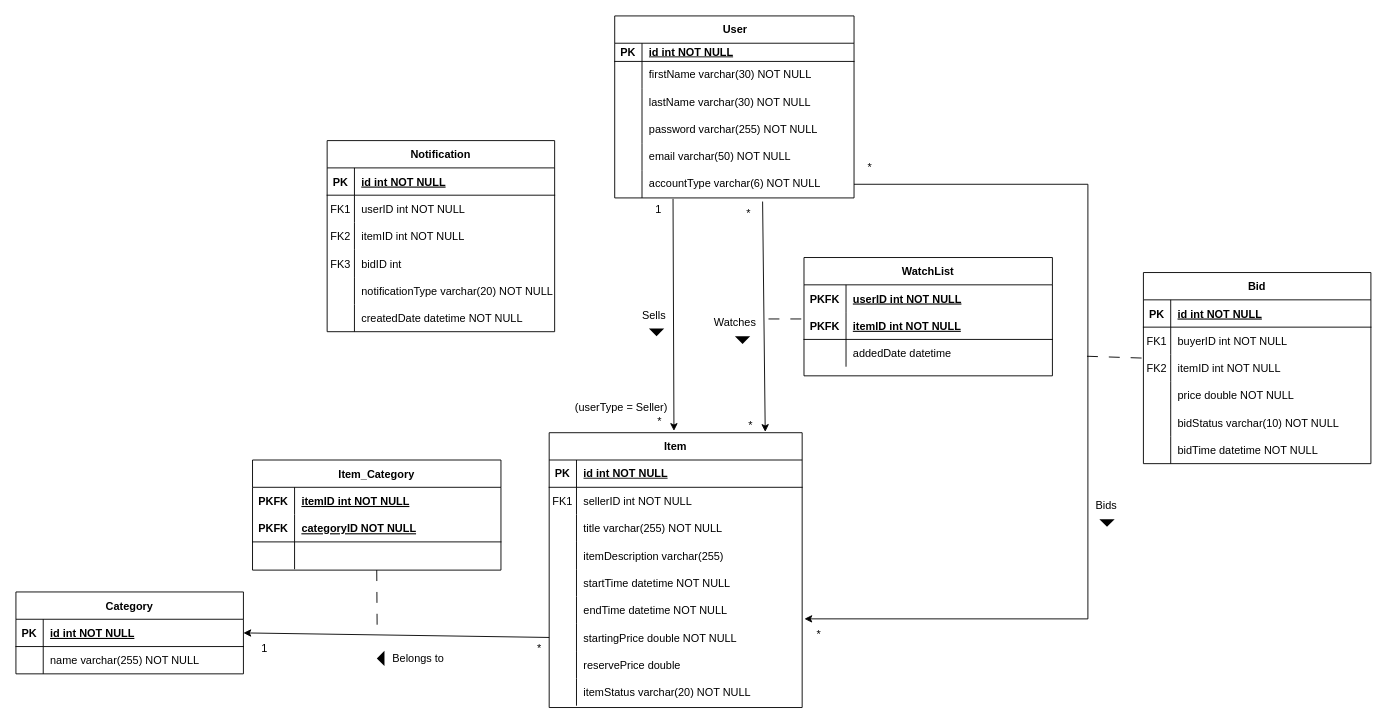
AnTienHuang/COMP0178 keeps this draw.io diagram as Soran_ER_Diagram.drawio. Above is the earlier version. Source tidied: cells renumbered, new cells numbered last; positions are measured from the earlier drawing's top-left corner, leaving out a move shared by most shapes. Both pictures are drawn from the tidied source at 91%, with x=0, y=0 at pixel (15, 15).
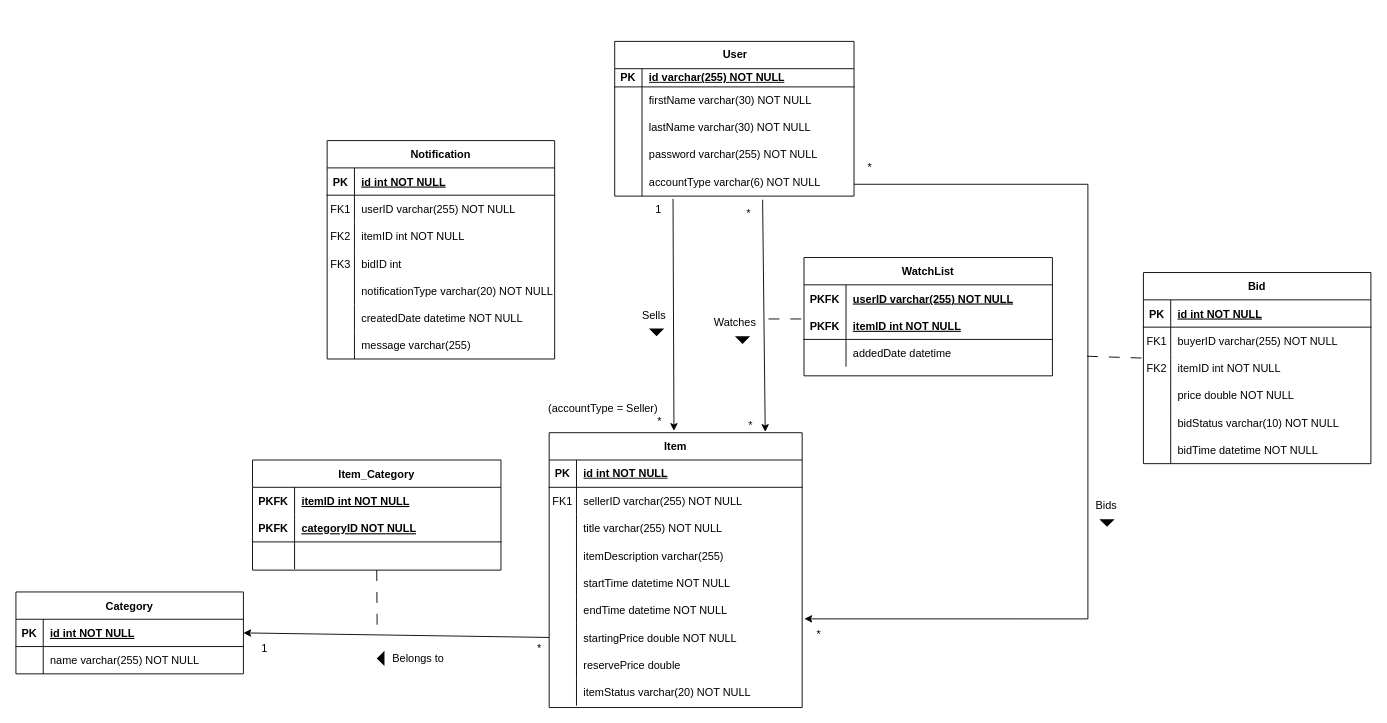
The same diagram, later.

Unchanged cells that the change refers to:
```xml
<mxCell id="4" style="shape=tableRow;horizontal=0;startSize=0;swimlaneHead=0;swimlaneBody=0;fillColor=none;top=0;left=0;right=0;bottom=1;" parent="3" vertex="1">
  <mxGeometry y="30" width="263" height="20" as="geometry" />
</mxCell>
<mxCell id="27" style="shape=partialRectangle;fillColor=none;top=0;left=0;right=0;bottom=0;" parent="23" vertex="1">
  <mxGeometry y="60" width="250" height="30" as="geometry" />
</mxCell>
<mxCell id="48" style="shape=partialRectangle;fillColor=none;top=0;left=0;right=0;bottom=0;" parent="44" vertex="1">
  <mxGeometry y="60" width="278" height="30" as="geometry" />
</mxCell>
<mxCell id="85" style="shape=partialRectangle;fillColor=none;top=0;left=0;right=0;bottom=0;" parent="84" vertex="1">
  <mxGeometry y="30" width="273" height="30" as="geometry" />
</mxCell>
<mxCell id="123" style="shape=partialRectangle;fillColor=none;top=0;left=0;right=0;bottom=0;" parent="119" vertex="1">
  <mxGeometry y="60" width="250" height="30" as="geometry" />
</mxCell>
```

Diff of the diagram source:
```diff
@@
     <mxCell id="3" value="User&lt;br&gt;" style="shape=table;startSize=30;childLayout=tableLayout;rowLines=0;fontStyle=1;align=center;html=1;" parent="1" vertex="1">
-      <mxGeometry x="658" width="263" height="200" as="geometry" />
+      <mxGeometry x="658" y="28" width="263" height="170" as="geometry" />
     </mxCell>
@@
-    <mxCell id="6" value="id int NOT NULL" style="shape=partialRectangle;fillColor=none;top=0;left=0;bottom=0;right=0;align=left;spacingLeft=6;fontStyle=5;overflow=hidden;whiteSpace=wrap;html=1;" parent="4" vertex="1">
+    <mxCell id="6" value="id varchar(255) NOT NULL" style="shape=partialRectangle;fillColor=none;top=0;left=0;bottom=0;right=0;align=left;spacingLeft=6;fontStyle=5;overflow=hidden;whiteSpace=wrap;html=1;" parent="4" vertex="1">
       <mxGeometry x="30" width="233" height="20" as="geometry" />
     </mxCell>
@@
-    <mxCell id="16" style="shape=tableRow;horizontal=0;startSize=0;swimlaneHead=0;swimlaneBody=0;fillColor=none;top=0;left=0;right=0;bottom=0;" parent="3" vertex="1">
-      <mxGeometry y="140" width="263" height="30" as="geometry" />
-    </mxCell>
-    <mxCell id="17" style="shape=partialRectangle;fillColor=none;top=0;left=0;bottom=0;right=0;overflow=hidden;whiteSpace=wrap;html=1;" parent="16" vertex="1">
-      <mxGeometry width="30" height="30" as="geometry" />
-    </mxCell>
-    <mxCell id="18" value="email varchar(50) NOT NULL" style="shape=partialRectangle;fillColor=none;top=0;left=0;bottom=0;right=0;align=left;spacingLeft=6;overflow=hidden;whiteSpace=wrap;html=1;" parent="16" vertex="1">
-      <mxGeometry x="30" width="233" height="30" as="geometry" />
-    </mxCell>
     <mxCell id="19" style="shape=tableRow;horizontal=0;startSize=0;swimlaneHead=0;swimlaneBody=0;fillColor=none;points=[[0,0.5],[1,0.5]];portConstraint=eastwest;top=0;left=0;right=0;bottom=0;" parent="3" vertex="1">
-      <mxGeometry y="170" width="263" height="30" as="geometry" />
+      <mxGeometry y="140" width="263" height="30" as="geometry" />
     </mxCell>
@@
-    <mxCell id="29" value="buyerID int NOT NULL" style="shape=partialRectangle;overflow=hidden;fillColor=none;top=0;left=0;bottom=0;right=0;align=left;spacingLeft=6;" parent="27" vertex="1">
+    <mxCell id="29" value="buyerID varchar(255) NOT NULL" style="shape=partialRectangle;overflow=hidden;fillColor=none;top=0;left=0;bottom=0;right=0;align=left;spacingLeft=6;" parent="27" vertex="1">
       <mxGeometry x="30" width="220" height="30" as="geometry" />
     </mxCell>
@@
-    <mxCell id="50" value="sellerID int NOT NULL" style="shape=partialRectangle;overflow=hidden;fillColor=none;top=0;left=0;bottom=0;right=0;align=left;spacingLeft=6;" parent="48" vertex="1">
+    <mxCell id="50" value="sellerID varchar(255) NOT NULL" style="shape=partialRectangle;overflow=hidden;fillColor=none;top=0;left=0;bottom=0;right=0;align=left;spacingLeft=6;" parent="48" vertex="1">
       <mxGeometry x="30" width="248" height="30" as="geometry" />
     </mxCell>
@@
-    <mxCell id="87" value="userID int NOT NULL" style="shape=partialRectangle;overflow=hidden;fillColor=none;top=0;left=0;bottom=0;right=0;align=left;spacingLeft=6;fontStyle=5;" parent="85" vertex="1">
+    <mxCell id="87" value="userID varchar(255) NOT NULL" style="shape=partialRectangle;overflow=hidden;fillColor=none;top=0;left=0;bottom=0;right=0;align=left;spacingLeft=6;fontStyle=5;" parent="85" vertex="1">
       <mxGeometry x="46.2" width="226.8" height="30" as="geometry" />
     </mxCell>
@@
-    <mxCell id="95" value="(userType = Seller)" style="text;html=1;align=center;verticalAlign=middle;strokeColor=none;fillColor=none;" parent="1" vertex="1">
-      <mxGeometry x="605" y="418" width="120" height="26" as="geometry" />
+    <mxCell id="95" value="(accountType = Seller)" style="text;html=1;align=center;verticalAlign=middle;strokeColor=none;fillColor=none;" parent="1" vertex="1">
+      <mxGeometry x="576" y="419" width="138" height="26" as="geometry" />
     </mxCell>
@@
     <mxCell id="119" value="Notification" style="shape=table;startSize=30;childLayout=tableLayout;rowLines=0;fontStyle=1;align=center;" parent="1" vertex="1">
-      <mxGeometry x="342" y="137" width="250" height="210" as="geometry" />
+      <mxGeometry x="342" y="137" width="250" height="240" as="geometry" />
     </mxCell>
@@
-    <mxCell id="125" value="userID int NOT NULL" style="shape=partialRectangle;overflow=hidden;fillColor=none;top=0;left=0;bottom=0;right=0;align=left;spacingLeft=6;" parent="123" vertex="1">
+    <mxCell id="125" value="userID varchar(255) NOT NULL" style="shape=partialRectangle;overflow=hidden;fillColor=none;top=0;left=0;bottom=0;right=0;align=left;spacingLeft=6;" parent="123" vertex="1">
       <mxGeometry x="30" width="220" height="30" as="geometry" />
     </mxCell>
@@
+    <mxCell id="138" style="shape=partialRectangle;fillColor=none;top=0;left=0;right=0;bottom=0;" parent="119" vertex="1">
+      <mxGeometry y="210" width="250" height="30" as="geometry" />
+    </mxCell>
+    <mxCell id="139" style="shape=partialRectangle;overflow=hidden;fillColor=none;top=0;left=0;bottom=0;right=0;" parent="138" vertex="1">
+      <mxGeometry width="30" height="30" as="geometry" />
+    </mxCell>
+    <mxCell id="140" value="message varchar(255) " style="shape=partialRectangle;overflow=hidden;fillColor=none;top=0;left=0;bottom=0;right=0;align=left;spacingLeft=6;" parent="138" vertex="1">
+      <mxGeometry x="30" width="220" height="30" as="geometry" />
+    </mxCell>
```
